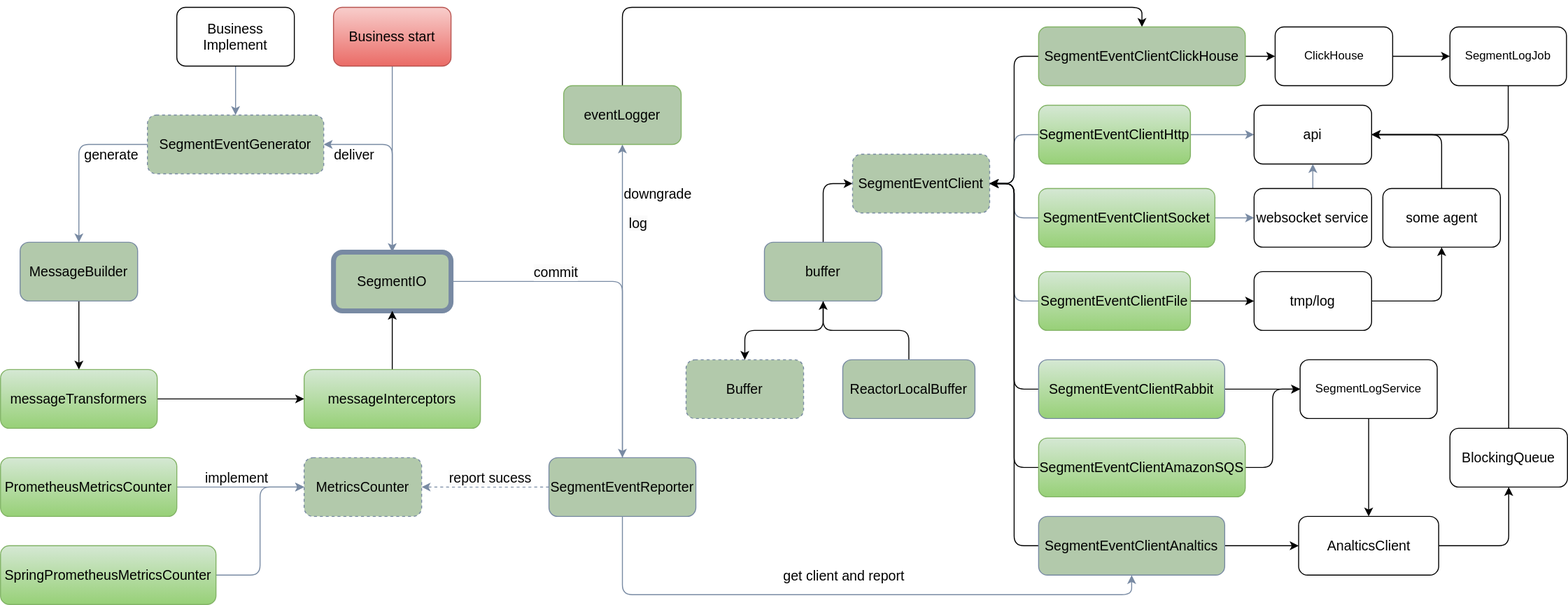
Above: assets/SegmentEvent-V2.drawio.svg in sheldon-pacvue/segmenet-event (draw.io), before the change. Source tidied: cells renumbered, new cells last; positions are measured from the earlier drawing's top-left corner, leaving out a move shared by most shapes.
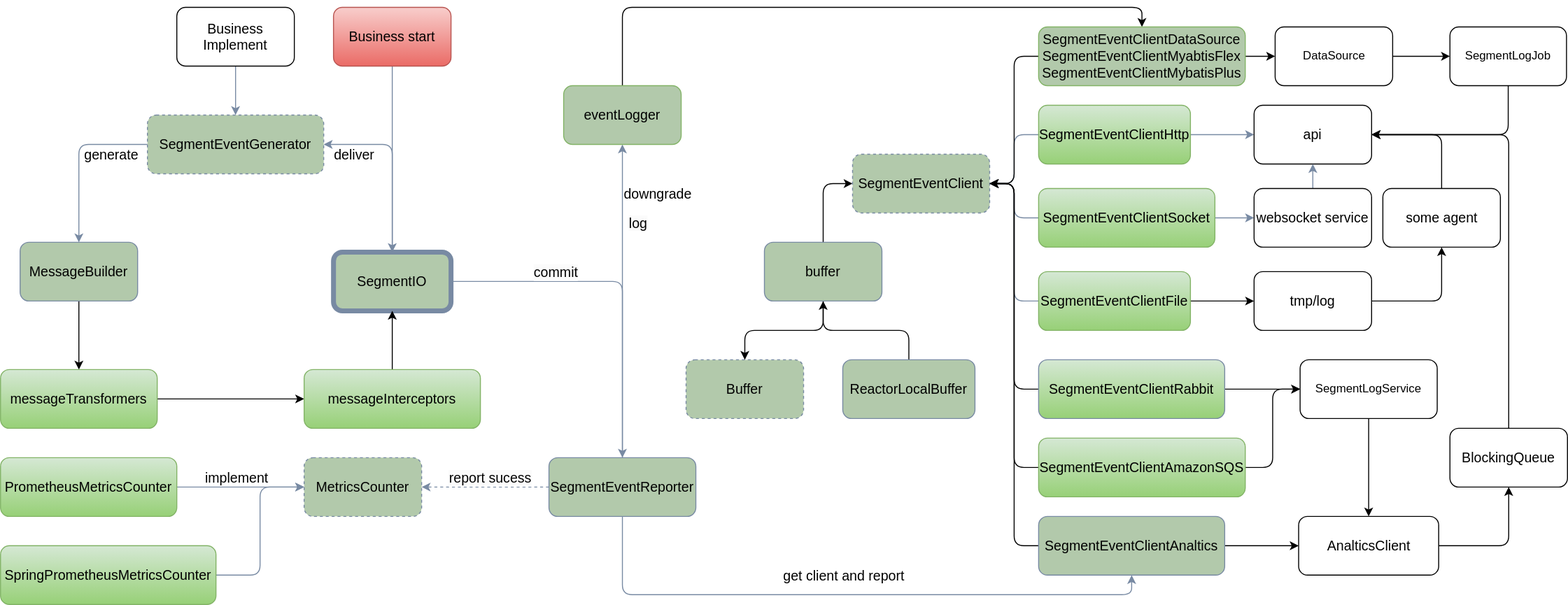
After the change.

What changed in the source:
```diff
@@ -236,13 +236,13 @@
     <mxCell id="73" style="edgeStyle=orthogonalEdgeStyle;rounded=1;jettySize=auto;html=1;" parent="1" edge="1" source="74" target="76">
       <mxGeometry relative="1" as="geometry" />
     </mxCell>
-    <mxCell id="74" value="SegmentEventClientClickHouse" style="rounded=1;whiteSpace=wrap;html=1;strokeColor=#82b366;fillColor=#B2C9AB;labelBackgroundColor=none;fontSize=14;gradientColor=none;" parent="1" vertex="1">
+    <mxCell id="74" value="SegmentEventClientDataSource&lt;br&gt;SegmentEventClientMyabtisFlex&lt;br&gt;SegmentEventClientMybatisPlus" style="rounded=1;whiteSpace=wrap;html=1;strokeColor=#82b366;fillColor=#B2C9AB;labelBackgroundColor=none;fontSize=14;gradientColor=none;" parent="1" vertex="1">
       <mxGeometry x="1060" y="20" width="211" height="60" as="geometry" />
     </mxCell>
     <mxCell id="75" style="edgeStyle=orthogonalEdgeStyle;rounded=1;jettySize=auto;html=1;" parent="1" edge="1" source="76" target="78">
       <mxGeometry relative="1" as="geometry" />
     </mxCell>
-    <mxCell id="76" value="ClickHouse" style="rounded=1;whiteSpace=wrap;html=1;" parent="1" vertex="1">
+    <mxCell id="76" value="DataSource" style="rounded=1;whiteSpace=wrap;html=1;" parent="1" vertex="1">
       <mxGeometry x="1301.5" y="20" width="120" height="60" as="geometry" />
     </mxCell>
     <mxCell id="77" style="edgeStyle=orthogonalEdgeStyle;rounded=1;jettySize=auto;html=1;entryX=1;entryY=0.5;entryDx=0;entryDy=0;exitX=0.5;exitY=1;exitDx=0;exitDy=0;" parent="1" edge="1" source="78" target="39">
```
